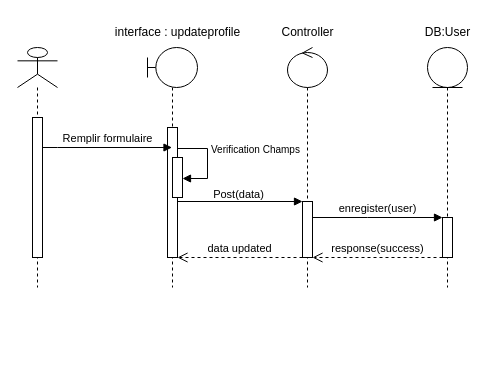
The draw.io diagram Digram de Séquence/update_profile.drawio in mohamedimem/event-, before the edit. Source tidied: cells renumbered, new cells numbered last; positions are measured from the earlier drawing's top-left corner, leaving out a move shared by most shapes. Both pictures are drawn from the tidied source at 100%, with x=0, y=0 at pixel (17, 17).
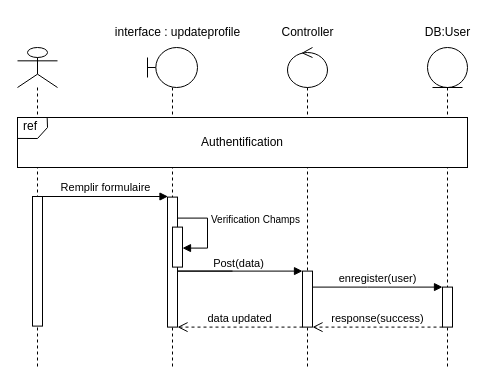
Above is the later version.

Commit message (it also covers changes not shown here):
Mettre à jour update_profile.drawio

Change to the diagram source:
```diff
@@
     <mxCell id="2" style="shape=umlLifeline;perimeter=lifelinePerimeter;whiteSpace=wrap;html=1;newEdgeStyle={&quot;edgeStyle&quot;:&quot;elbowEdgeStyle&quot;,&quot;elbow&quot;:&quot;vertical&quot;,&quot;curved&quot;:0,&quot;rounded&quot;:0};participant=umlActor;" parent="1" vertex="1">
-      <mxGeometry y="30" width="40" height="240" as="geometry" />
+      <mxGeometry y="30" width="40" height="320" as="geometry" />
     </mxCell>
     <mxCell id="3" style="html=1;points=[];perimeter=orthogonalPerimeter;outlineConnect=0;targetShapes=umlLifeline;portConstraint=eastwest;newEdgeStyle={&quot;edgeStyle&quot;:&quot;elbowEdgeStyle&quot;,&quot;elbow&quot;:&quot;vertical&quot;,&quot;curved&quot;:0,&quot;rounded&quot;:0};" parent="2" vertex="1">
-      <mxGeometry x="15" y="70" width="10" height="140" as="geometry" />
+      <mxGeometry x="15" y="149" width="10" height="129.6" as="geometry" />
     </mxCell>
     <mxCell id="4" style="shape=umlLifeline;perimeter=lifelinePerimeter;whiteSpace=wrap;html=1;outlineConnect=0;portConstraint=eastwest;newEdgeStyle={&quot;edgeStyle&quot;:&quot;elbowEdgeStyle&quot;,&quot;elbow&quot;:&quot;vertical&quot;,&quot;curved&quot;:0,&quot;rounded&quot;:0};participant=umlBoundary;" parent="1" vertex="1">
-      <mxGeometry x="130" y="30" width="50" height="240" as="geometry" />
+      <mxGeometry x="130" y="30" width="50" height="320" as="geometry" />
     </mxCell>
     <mxCell id="5" style="html=1;points=[];perimeter=orthogonalPerimeter;outlineConnect=0;targetShapes=umlLifeline;portConstraint=eastwest;newEdgeStyle={&quot;edgeStyle&quot;:&quot;elbowEdgeStyle&quot;,&quot;elbow&quot;:&quot;vertical&quot;,&quot;curved&quot;:0,&quot;rounded&quot;:0};" parent="4" vertex="1">
-      <mxGeometry x="20" y="80" width="10" height="130" as="geometry" />
+      <mxGeometry x="20" y="149.6" width="10" height="130" as="geometry" />
     </mxCell>
     <mxCell id="6" style="html=1;perimeter=orthogonalPerimeter;targetShapes=umlLifeline;newEdgeStyle={&quot;edgeStyle&quot;:&quot;elbowEdgeStyle&quot;,&quot;elbow&quot;:&quot;vertical&quot;,&quot;curved&quot;:0,&quot;rounded&quot;:0};" parent="4" vertex="1">
-      <mxGeometry x="25" y="110" width="10" height="40" as="geometry" />
+      <mxGeometry x="25" y="179.6" width="10" height="40" as="geometry" />
     </mxCell>
     <mxCell id="7" value="&lt;div style=&quot;font-size: 10px;&quot;&gt;&lt;font style=&quot;font-size: 10px;&quot;&gt;Verification Champs&lt;/font&gt;&lt;/div&gt;&lt;div style=&quot;font-size: 10px;&quot;&gt;&lt;font style=&quot;font-size: 10px;&quot;&gt;&lt;br&gt;&lt;/font&gt;&lt;/div&gt;" style="html=1;align=left;spacingLeft=2;endArrow=block;rounded=0;edgeStyle=orthogonalEdgeStyle;curved=0;rounded=0;" parent="4" edge="1">
       <mxGeometry relative="1" as="geometry">
-        <mxPoint x="30" y="90" as="sourcePoint" />
-        <mxPoint x="35" y="131" as="targetPoint" />
+        <mxPoint x="30" y="159.6" as="sourcePoint" />
+        <mxPoint x="35" y="200.6" as="targetPoint" />
         <Array as="points">
-          <mxPoint x="30" y="101" />
-          <mxPoint x="60" y="101" />
-          <mxPoint x="60" y="131" />
+          <mxPoint x="30" y="170.6" />
+          <mxPoint x="60" y="170.6" />
+          <mxPoint x="60" y="200.6" />
         </Array>
       </mxGeometry>
     </mxCell>
     <mxCell id="8" style="shape=umlLifeline;perimeter=lifelinePerimeter;whiteSpace=wrap;html=1;newEdgeStyle={&quot;edgeStyle&quot;:&quot;elbowEdgeStyle&quot;,&quot;elbow&quot;:&quot;vertical&quot;,&quot;curved&quot;:0,&quot;rounded&quot;:0};participant=umlEntity;" parent="1" vertex="1">
-      <mxGeometry x="410" y="30" width="40" height="240" as="geometry" />
+      <mxGeometry x="410" y="30" width="40" height="320" as="geometry" />
     </mxCell>
     <mxCell id="9" style="html=1;points=[];perimeter=orthogonalPerimeter;outlineConnect=0;targetShapes=umlLifeline;portConstraint=eastwest;newEdgeStyle={&quot;edgeStyle&quot;:&quot;elbowEdgeStyle&quot;,&quot;elbow&quot;:&quot;vertical&quot;,&quot;curved&quot;:0,&quot;rounded&quot;:0};" parent="8" vertex="1">
-      <mxGeometry x="15" y="170" width="10" height="40" as="geometry" />
+      <mxGeometry x="15" y="239.6" width="10" height="40" as="geometry" />
     </mxCell>
     <mxCell id="10" style="shape=umlLifeline;perimeter=lifelinePerimeter;whiteSpace=wrap;html=1;newEdgeStyle={&quot;edgeStyle&quot;:&quot;elbowEdgeStyle&quot;,&quot;elbow&quot;:&quot;vertical&quot;,&quot;curved&quot;:0,&quot;rounded&quot;:0};participant=umlControl;" parent="1" vertex="1">
-      <mxGeometry x="270" y="30" width="40" height="240" as="geometry" />
+      <mxGeometry x="270" y="30" width="40" height="320" as="geometry" />
     </mxCell>
     <mxCell id="11" style="html=1;points=[];perimeter=orthogonalPerimeter;outlineConnect=0;targetShapes=umlLifeline;portConstraint=eastwest;newEdgeStyle={&quot;edgeStyle&quot;:&quot;elbowEdgeStyle&quot;,&quot;elbow&quot;:&quot;vertical&quot;,&quot;curved&quot;:0,&quot;rounded&quot;:0};" parent="10" vertex="1">
-      <mxGeometry x="15" y="154" width="10" height="56" as="geometry" />
+      <mxGeometry x="15" y="223.6" width="10" height="56" as="geometry" />
     </mxCell>
     <mxCell id="12" style="html=1;verticalAlign=bottom;endArrow=block;edgeStyle=elbowEdgeStyle;elbow=vertical;curved=0;rounded=0;" parent="10" edge="1" target="11">
       <mxGeometry x="0.39" y="-76" relative="1" as="geometry">
-        <mxPoint x="-55" y="154" as="sourcePoint" />
+        <mxPoint x="-55" y="223.6" as="sourcePoint" />
         <Array as="points">
-          <mxPoint x="-110" y="154" />
+          <mxPoint x="-110" y="223.6" />
         </Array>
       </mxGeometry>
     </mxCell>
@@
     <mxCell id="14" value="enregister(user)" style="html=1;verticalAlign=bottom;endArrow=block;edgeStyle=elbowEdgeStyle;elbow=vertical;curved=0;rounded=0;" parent="1" edge="1" source="11" target="9">
       <mxGeometry relative="1" as="geometry">
         <Array as="points">
-          <mxPoint x="350" y="200" />
-          <mxPoint x="380" y="300" />
-          <mxPoint x="370" y="290" />
+          <mxPoint x="350" y="269.6" />
+          <mxPoint x="380" y="369.6" />
+          <mxPoint x="370" y="359.6" />
         </Array>
       </mxGeometry>
     </mxCell>
     <mxCell id="15" value="response(success)" style="html=1;verticalAlign=bottom;endArrow=open;dashed=1;endSize=8;edgeStyle=elbowEdgeStyle;elbow=vertical;curved=0;rounded=0;" parent="1" edge="1" source="9" target="11">
       <mxGeometry relative="1" as="geometry">
         <Array as="points">
-          <mxPoint x="350" y="240" />
-          <mxPoint x="360" y="340" />
+          <mxPoint x="350" y="309.6" />
+          <mxPoint x="360" y="409.6" />
         </Array>
       </mxGeometry>
     </mxCell>
@@
-    <mxCell id="19" value="Remplir formulaire" style="html=1;verticalAlign=bottom;endArrow=block;edgeStyle=elbowEdgeStyle;elbow=vertical;curved=0;rounded=0;" parent="1" edge="1" source="3" target="4">
+    <mxCell id="19" value="Remplir formulaire" style="html=1;verticalAlign=bottom;endArrow=block;edgeStyle=elbowEdgeStyle;elbow=vertical;curved=0;rounded=0;" parent="1" edge="1" source="3">
       <mxGeometry relative="1" as="geometry">
+        <mxPoint x="150.5" y="178.6" as="targetPoint" />
         <Array as="points">
-          <mxPoint x="40" y="130" />
+          <mxPoint x="96" y="179" />
+          <mxPoint x="36" y="178.6" />
         </Array>
       </mxGeometry>
     </mxCell>
     <mxCell id="20" value="data updated" style="html=1;verticalAlign=bottom;endArrow=open;dashed=1;endSize=8;edgeStyle=elbowEdgeStyle;elbow=vertical;curved=0;rounded=0;" parent="1" edge="1" source="11" target="5">
       <mxGeometry relative="1" as="geometry">
         <Array as="points">
-          <mxPoint x="230" y="240" />
-          <mxPoint x="225" y="340" />
+          <mxPoint x="230" y="309.6" />
+          <mxPoint x="225" y="409.6" />
         </Array>
       </mxGeometry>
     </mxCell>
+    <mxCell id="21" value="Authentification" style="html=1;whiteSpace=wrap;" parent="1" vertex="1">
+      <mxGeometry y="100" width="450" height="50" as="geometry" />
+    </mxCell>
+    <mxCell id="22" style="endArrow=none;html=1;rounded=0;exitX=0.001;exitY=0.419;exitDx=0;exitDy=0;exitPerimeter=0;entryX=0.066;entryY=0.011;entryDx=0;entryDy=0;entryPerimeter=0;" parent="1" edge="1" source="21" target="21">
+      <mxGeometry relative="1" as="geometry">
+        <Array as="points">
+          <mxPoint x="20" y="121" />
+          <mxPoint x="30" y="110" />
+        </Array>
+      </mxGeometry>
+    </mxCell>
+    <mxCell id="23" value="ref" style="text;html=1;strokeColor=none;fillColor=none;align=center;verticalAlign=middle;whiteSpace=wrap;rounded=0;" parent="1" vertex="1">
+      <mxGeometry x="3" y="104" width="20" height="10" as="geometry" />
+    </mxCell>
```
